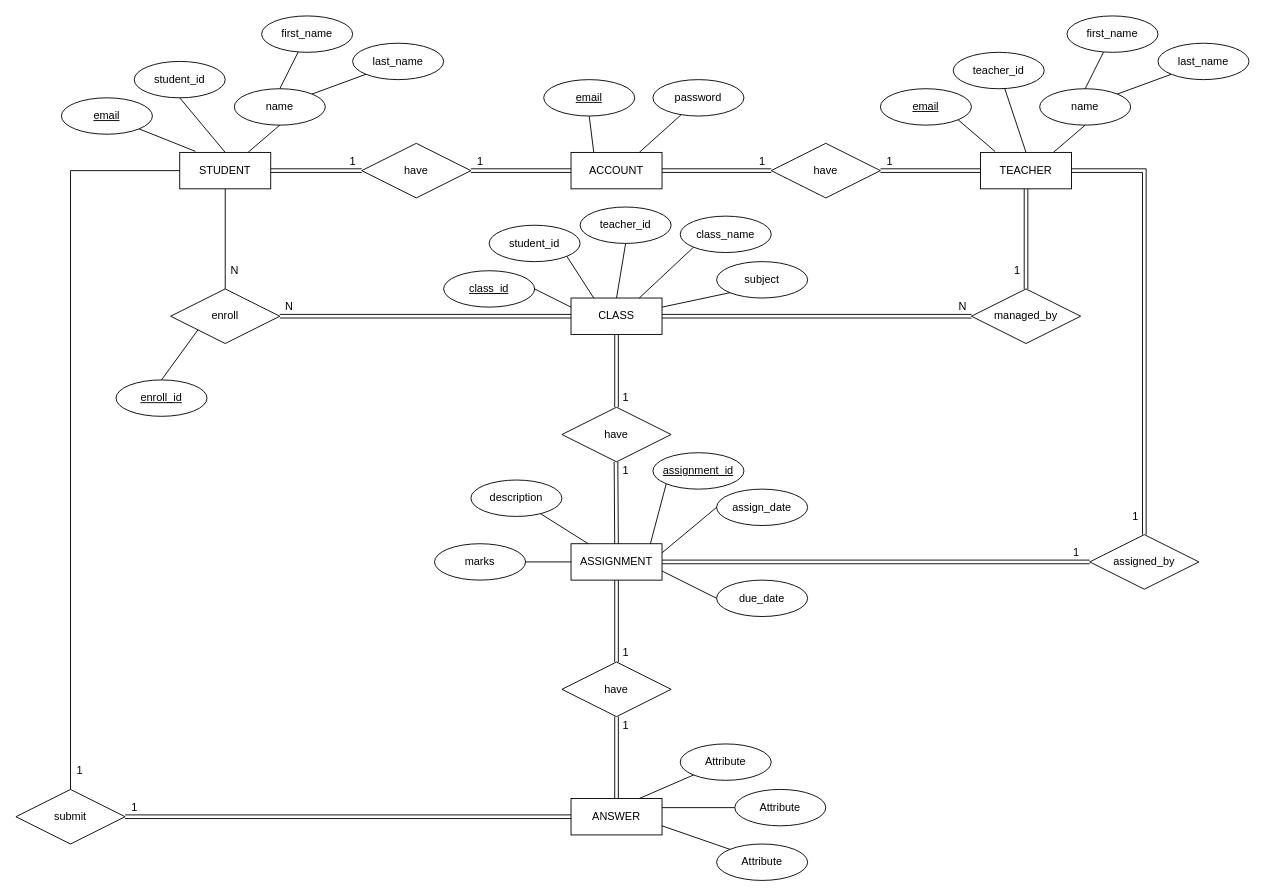
This is projectx_ERD_v4.1.drawio from anishrsharma/Temp1, a draw.io file, before an edit. Source tidied: cells renumbered, new cells numbered last; positions are measured from the earlier drawing's top-left corner, leaving out a move shared by most shapes. Both pictures are drawn from the tidied source at 91%, with x=0, y=0 at pixel (15, 15).
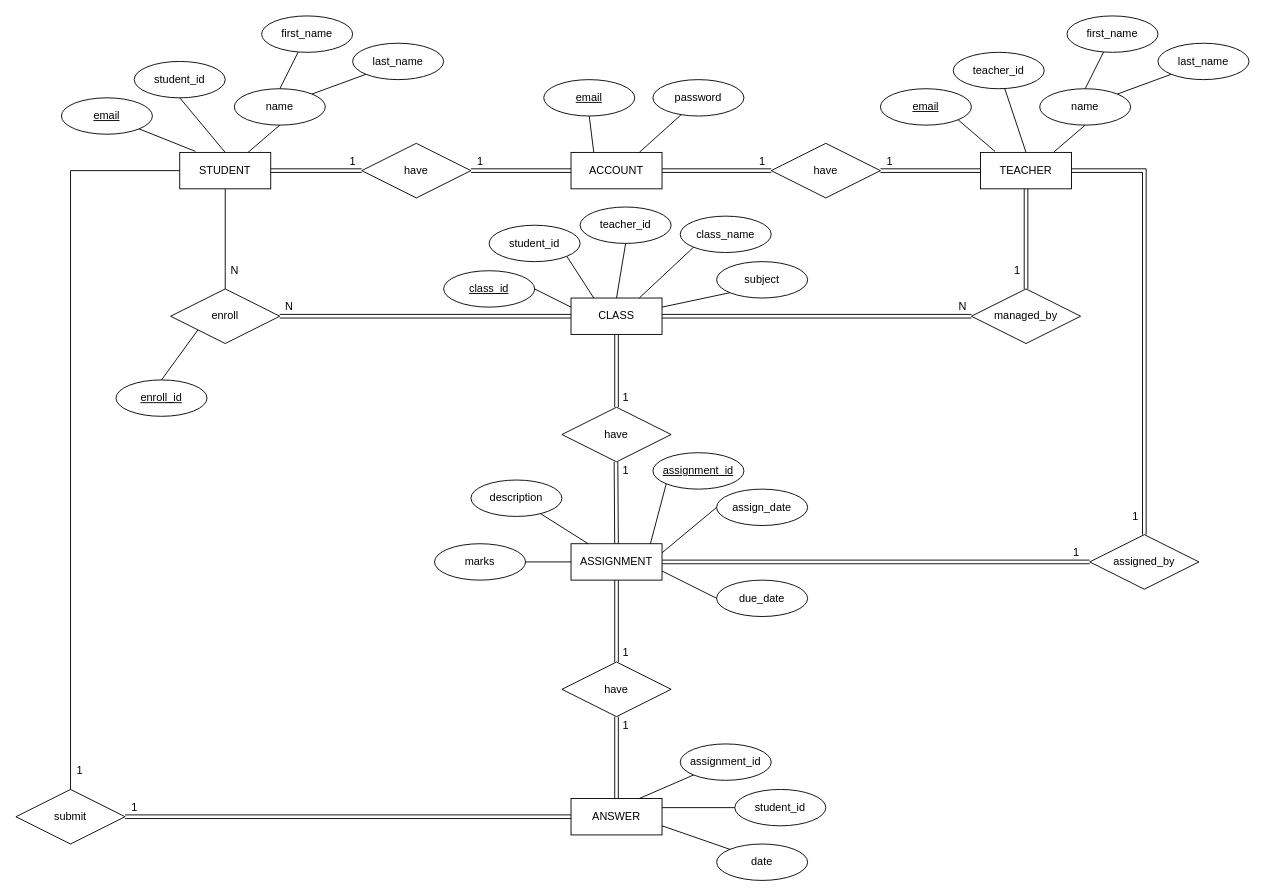
After the change.

The edit, as a diff of the source:
```diff
@@
-    <mxCell id="66" value="Attribute" style="ellipse;whiteSpace=wrap;html=1;align=center;" parent="1" vertex="1">
+    <mxCell id="66" value="assignment_id" style="ellipse;whiteSpace=wrap;html=1;align=center;" parent="1" vertex="1">
       <mxGeometry x="730" y="800" width="100" height="40" as="geometry" />
     </mxCell>
-    <mxCell id="67" value="Attribute" style="ellipse;whiteSpace=wrap;html=1;align=center;" parent="1" vertex="1">
+    <mxCell id="67" value="student_id" style="ellipse;whiteSpace=wrap;html=1;align=center;" parent="1" vertex="1">
       <mxGeometry x="790" y="850" width="100" height="40" as="geometry" />
     </mxCell>
-    <mxCell id="68" value="Attribute" style="ellipse;whiteSpace=wrap;html=1;align=center;" parent="1" vertex="1">
+    <mxCell id="68" value="date" style="ellipse;whiteSpace=wrap;html=1;align=center;" parent="1" vertex="1">
       <mxGeometry x="770" y="910" width="100" height="40" as="geometry" />
     </mxCell>
```
